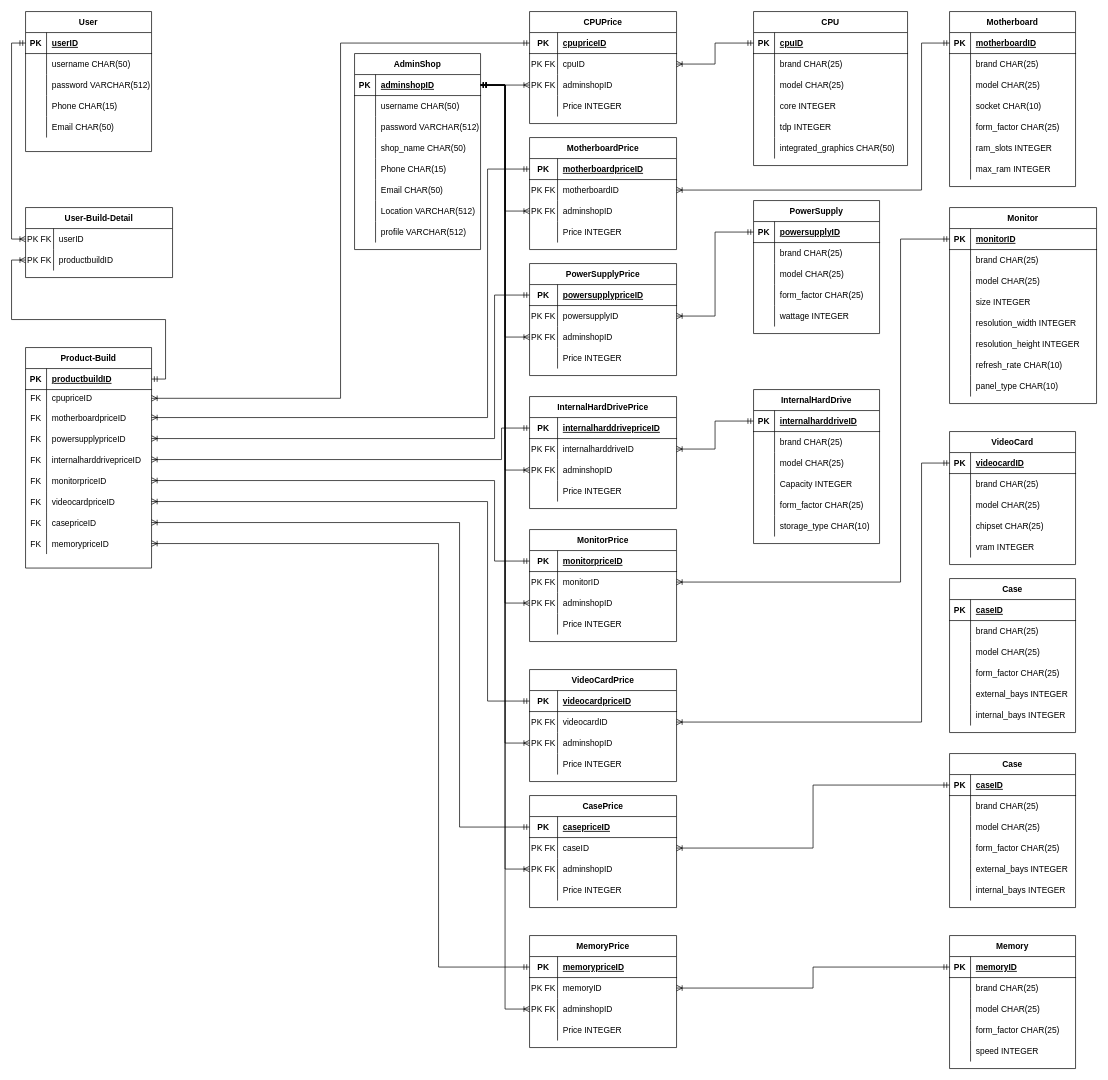
vichhika/WCT_Y3 keeps this draw.io diagram as component_crawler/Database/diagram/buildpc.drawio. Above is the earlier version. Source tidied: cells renumbered, new cells numbered last; positions are measured from the earlier drawing's top-left corner, leaving out a move shared by most shapes. Both pictures are drawn from the tidied source at 70%, with x=0, y=0 at pixel (11, 11).
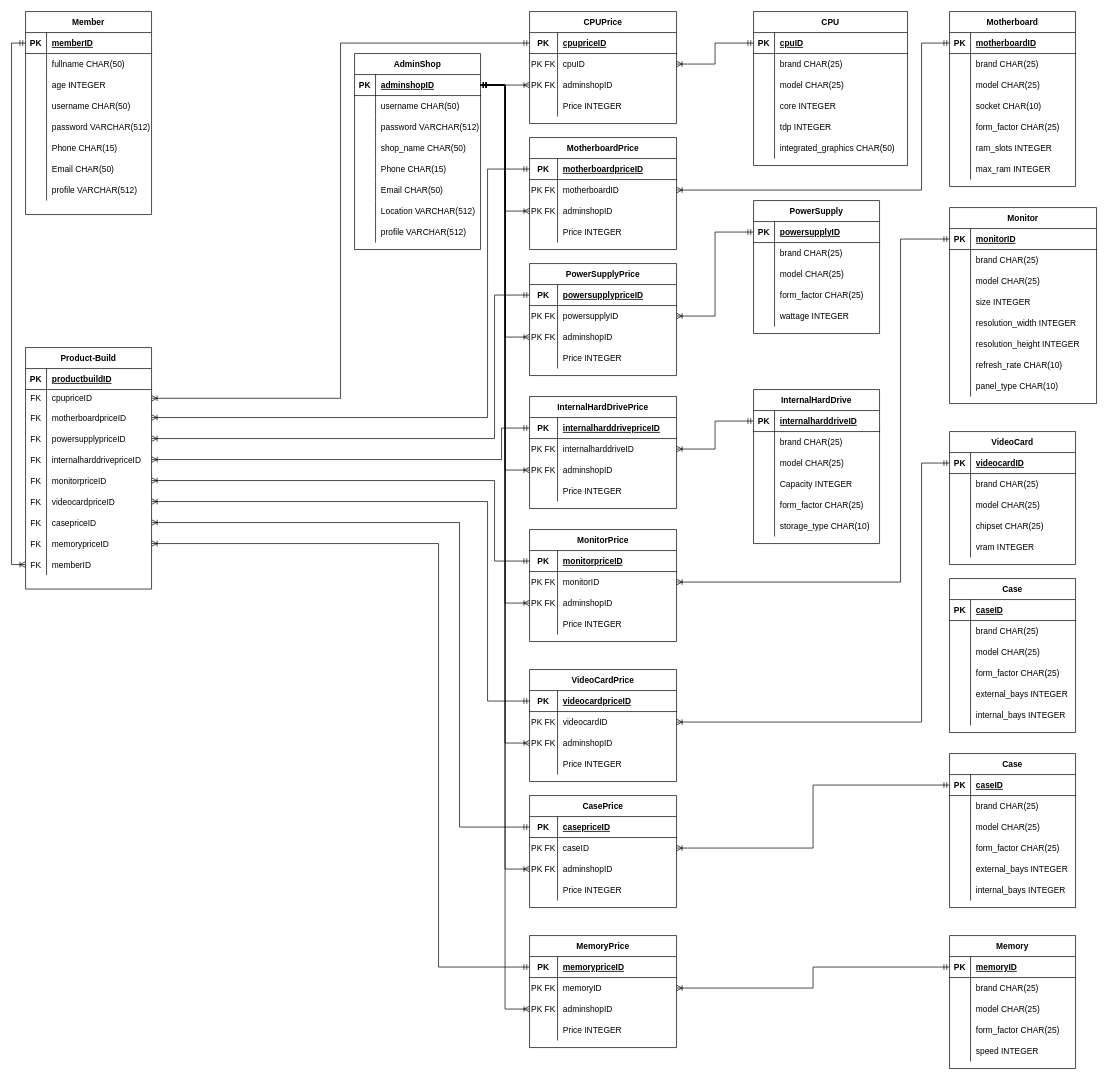
The same page after the edit.

Unchanged cells that the change refers to:
```xml
<mxCell id="152" style="shape=partialRectangle;fillColor=none;top=0;left=0;bottom=1;right=0;points=[[0,0.5],[1,0.5]];portConstraint=eastwest;" parent="151" vertex="1">
  <mxGeometry y="30" width="180" height="30" as="geometry" />
</mxCell>
<mxCell id="260" style="shape=partialRectangle;fillColor=none;top=0;left=0;bottom=1;right=0;points=[[0,0.5],[1,0.5]];portConstraint=eastwest;" parent="259" vertex="1">
  <mxGeometry y="30" width="180" height="30" as="geometry" />
</mxCell>
```

What changed in the source:
```diff
@@
-    <mxCell id="151" value="User" style="shape=table;startSize=30;childLayout=tableLayout;rowLines=0;fontStyle=1;align=center;" parent="1" vertex="1">
-      <mxGeometry x="20" width="180" height="200" as="geometry" />
+    <mxCell id="151" value="Member" style="shape=table;startSize=30;childLayout=tableLayout;rowLines=0;fontStyle=1;align=center;" parent="1" vertex="1">
+      <mxGeometry x="20" width="180" height="290" as="geometry" />
     </mxCell>
@@
-    <mxCell id="154" value="userID" style="shape=partialRectangle;fillColor=none;top=0;left=0;bottom=0;right=0;align=left;spacingLeft=6;fontStyle=5;overflow=hidden;" parent="152" vertex="1">
+    <mxCell id="154" value="memberID" style="shape=partialRectangle;fillColor=none;top=0;left=0;bottom=0;right=0;align=left;spacingLeft=6;fontStyle=5;overflow=hidden;" parent="152" vertex="1">
       <mxGeometry x="30" width="150" height="30" as="geometry" />
     </mxCell>
+    <mxCell id="379" style="shape=partialRectangle;fillColor=none;top=0;left=0;bottom=0;right=0;" parent="151" vertex="1">
+      <mxGeometry y="60" width="180" height="30" as="geometry" />
+    </mxCell>
+    <mxCell id="380" style="shape=partialRectangle;fillColor=none;top=0;left=0;bottom=0;right=0;overflow=hidden;" parent="379" vertex="1">
+      <mxGeometry width="30" height="30" as="geometry" />
+    </mxCell>
+    <mxCell id="381" value="fullname CHAR(50)" style="shape=partialRectangle;fillColor=none;top=0;left=0;bottom=0;right=0;align=left;spacingLeft=6;overflow=hidden;" parent="379" vertex="1">
+      <mxGeometry x="30" width="150" height="30" as="geometry" />
+    </mxCell>
+    <mxCell id="382" style="shape=partialRectangle;fillColor=none;top=0;left=0;bottom=0;right=0;" parent="151" vertex="1">
+      <mxGeometry y="90" width="180" height="30" as="geometry" />
+    </mxCell>
+    <mxCell id="383" style="shape=partialRectangle;fillColor=none;top=0;left=0;bottom=0;right=0;overflow=hidden;" parent="382" vertex="1">
+      <mxGeometry width="30" height="30" as="geometry" />
+    </mxCell>
+    <mxCell id="384" value="age INTEGER" style="shape=partialRectangle;fillColor=none;top=0;left=0;bottom=0;right=0;align=left;spacingLeft=6;overflow=hidden;" parent="382" vertex="1">
+      <mxGeometry x="30" width="150" height="30" as="geometry" />
+    </mxCell>
     <mxCell id="155" style="shape=partialRectangle;fillColor=none;top=0;left=0;bottom=0;right=0;" parent="151" vertex="1">
-      <mxGeometry y="60" width="180" height="30" as="geometry" />
+      <mxGeometry y="120" width="180" height="30" as="geometry" />
     </mxCell>
@@
     <mxCell id="158" style="shape=partialRectangle;fillColor=none;top=0;left=0;bottom=0;right=0;" parent="151" vertex="1">
-      <mxGeometry y="90" width="180" height="30" as="geometry" />
+      <mxGeometry y="150" width="180" height="30" as="geometry" />
     </mxCell>
@@
     <mxCell id="161" style="shape=partialRectangle;fillColor=none;top=0;left=0;bottom=0;right=0;" parent="151" vertex="1">
-      <mxGeometry y="120" width="180" height="30" as="geometry" />
+      <mxGeometry y="180" width="180" height="30" as="geometry" />
     </mxCell>
@@
     <mxCell id="164" style="shape=partialRectangle;fillColor=none;top=0;left=0;bottom=0;right=0;" parent="151" vertex="1">
-      <mxGeometry y="150" width="180" height="30" as="geometry" />
+      <mxGeometry y="210" width="180" height="30" as="geometry" />
     </mxCell>
@@
+    <mxCell id="385" style="shape=partialRectangle;fillColor=none;top=0;left=0;bottom=0;right=0;" parent="151" vertex="1">
+      <mxGeometry y="240" width="180" height="30" as="geometry" />
+    </mxCell>
+    <mxCell id="386" style="shape=partialRectangle;fillColor=none;top=0;left=0;bottom=0;right=0;overflow=hidden;" parent="385" vertex="1">
+      <mxGeometry width="30" height="30" as="geometry" />
+    </mxCell>
+    <mxCell id="387" value="profile VARCHAR(512)" style="shape=partialRectangle;fillColor=none;top=0;left=0;bottom=0;right=0;align=left;spacingLeft=6;overflow=hidden;" parent="385" vertex="1">
+      <mxGeometry x="30" width="150" height="30" as="geometry" />
+    </mxCell>
@@
-    <mxCell id="250" style="edgeStyle=orthogonalEdgeStyle;rounded=0;jettySize=auto;html=1;entryX=0;entryY=0.5;entryDx=0;entryDy=0;startArrow=ERmandOne;startFill=0;endArrow=ERoneToMany;endFill=0;" parent="1" edge="1" source="152" target="252">
+    <mxCell id="250" style="edgeStyle=orthogonalEdgeStyle;rounded=0;jettySize=auto;html=1;entryX=0;entryY=0.5;entryDx=0;entryDy=0;startArrow=ERmandOne;startFill=0;endArrow=ERoneToMany;endFill=0;" parent="1" edge="1" source="152" target="388">
       <mxGeometry relative="1" as="geometry">
         <Array as="points">
           <mxPoint y="45" />
-          <mxPoint y="325" />
+          <mxPoint y="790" />
         </Array>
       </mxGeometry>
     </mxCell>
-    <mxCell id="251" value="User-Build-Detail" style="shape=table;startSize=30;childLayout=tableLayout;rowLines=0;fontStyle=1;align=center;" parent="1" vertex="1">
-      <mxGeometry x="20" y="280" width="210" height="100" as="geometry" />
-    </mxCell>
-    <mxCell id="252" style="shape=partialRectangle;fillColor=none;top=0;left=0;bottom=0;right=0;points=[[0,0.5],[1,0.5]];portConstraint=eastwest;" parent="251" vertex="1">
-      <mxGeometry y="30" width="210" height="30" as="geometry" />
-    </mxCell>
-    <mxCell id="253" value="PK FK" style="shape=partialRectangle;fillColor=none;top=0;left=0;bottom=0;right=0;overflow=hidden;" parent="252" vertex="1">
-      <mxGeometry width="40" height="30" as="geometry" />
-    </mxCell>
-    <mxCell id="254" value="userID" style="shape=partialRectangle;fillColor=none;top=0;left=0;bottom=0;right=0;align=left;spacingLeft=6;overflow=hidden;" parent="252" vertex="1">
-      <mxGeometry x="40" width="170" height="30" as="geometry" />
-    </mxCell>
-    <mxCell id="255" style="shape=partialRectangle;fillColor=none;top=0;left=0;bottom=0;right=0;points=[[0,0.5],[1,0.5]];portConstraint=eastwest;" parent="251" vertex="1">
-      <mxGeometry y="60" width="210" height="30" as="geometry" />
-    </mxCell>
-    <mxCell id="256" value="PK FK" style="shape=partialRectangle;fillColor=none;top=0;left=0;bottom=0;right=0;overflow=hidden;" parent="255" vertex="1">
-      <mxGeometry width="40" height="30" as="geometry" />
-    </mxCell>
-    <mxCell id="257" value="productbuildID" style="shape=partialRectangle;fillColor=none;top=0;left=0;bottom=0;right=0;align=left;spacingLeft=6;overflow=hidden;" parent="255" vertex="1">
-      <mxGeometry x="40" width="170" height="30" as="geometry" />
-    </mxCell>
-    <mxCell id="258" style="edgeStyle=orthogonalEdgeStyle;rounded=0;jettySize=auto;html=1;startArrow=ERmandOne;startFill=0;endArrow=ERoneToMany;endFill=0;" parent="1" edge="1" source="260" target="255">
-      <mxGeometry relative="1" as="geometry" />
-    </mxCell>
     <mxCell id="259" value="Product-Build" style="shape=table;startSize=30;childLayout=tableLayout;rowLines=0;fontStyle=1;align=center;" parent="1" vertex="1">
-      <mxGeometry x="20" y="480" width="180" height="315" as="geometry" />
+      <mxGeometry x="20" y="480" width="180" height="345" as="geometry" />
     </mxCell>
@@
+    <mxCell id="388" style="shape=partialRectangle;fillColor=none;top=0;left=0;bottom=0;right=0;points=[[0,0.5],[1,0.5]];portConstraint=eastwest;" parent="259" vertex="1">
+      <mxGeometry y="295" width="180" height="30" as="geometry" />
+    </mxCell>
+    <mxCell id="389" value="FK" style="shape=partialRectangle;fillColor=none;top=0;left=0;bottom=0;right=0;overflow=hidden;" parent="388" vertex="1">
+      <mxGeometry width="30" height="30" as="geometry" />
+    </mxCell>
+    <mxCell id="390" value="memberID" style="shape=partialRectangle;fillColor=none;top=0;left=0;bottom=0;right=0;align=left;spacingLeft=6;overflow=hidden;" parent="388" vertex="1">
+      <mxGeometry x="30" width="150" height="30" as="geometry" />
+    </mxCell>
```
